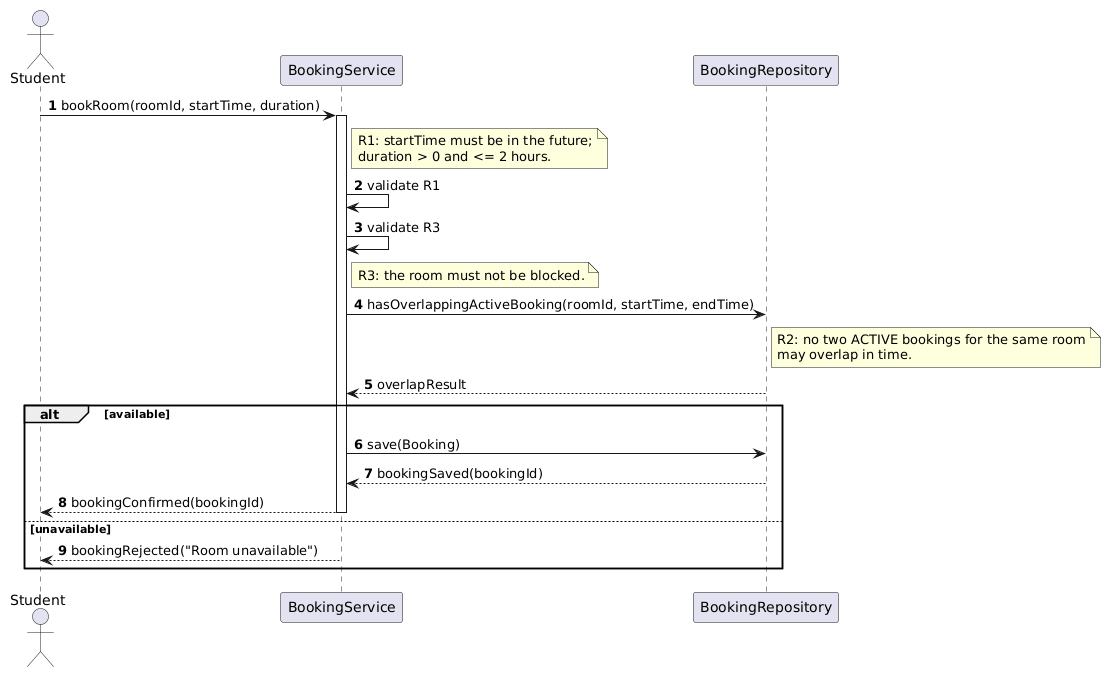
jonysama/se-practice keeps this PlantUML diagram as week-04/models/img/sequence.png. Above is the earlier version. Source of this version:
```plantuml
@startuml
autonumber

actor Student
participant BookingService
participant BookingRepository

Student -> BookingService : bookRoom(roomId, startTime, duration)
activate BookingService

note right of BookingService
  R1: startTime must be in the future;
  duration > 0 and <= 2 hours.
end note

BookingService -> BookingService : validate R1
BookingService -> BookingService : validate R3

note right of BookingService
  R3: the room must not be blocked.
end note

BookingService -> BookingRepository : hasOverlappingActiveBooking(roomId, startTime, endTime)

note right of BookingRepository
  R2: no two ACTIVE bookings for the same room
  may overlap in time.
end note

BookingRepository --> BookingService : overlapResult

alt available
    BookingService -> BookingRepository : save(Booking)
    BookingRepository --> BookingService : bookingSaved(bookingId)
    BookingService --> Student : bookingConfirmed(bookingId)
    deactivate BookingService
else unavailable
    BookingService --> Student : bookingRejected("Room unavailable")
    deactivate BookingService
end
@enduml
```
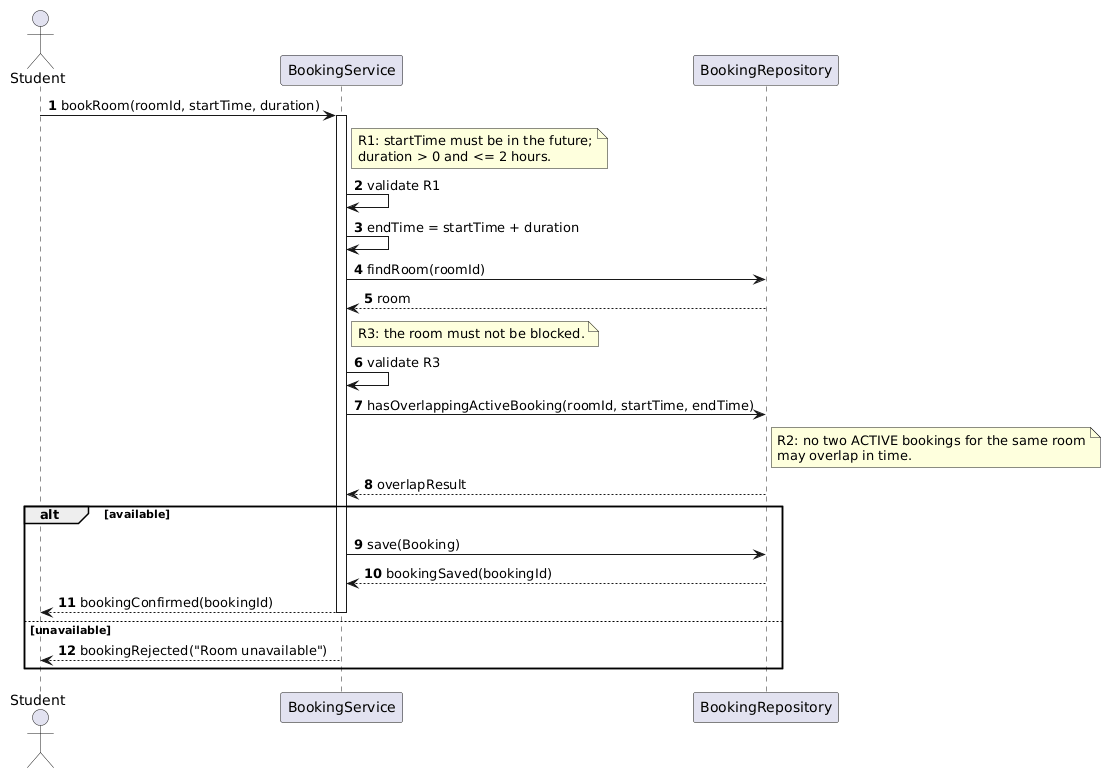
After the change.

Change to the diagram source:
```diff
@@ -14,11 +14,16 @@
 end note
 
 BookingService -> BookingService : validate R1
-BookingService -> BookingService : validate R3
+BookingService -> BookingService : endTime = startTime + duration
+
+BookingService -> BookingRepository : findRoom(roomId)
+BookingRepository --> BookingService : room
 
 note right of BookingService
   R3: the room must not be blocked.
 end note
+
+BookingService -> BookingService : validate R3
 
 BookingService -> BookingRepository : hasOverlappingActiveBooking(roomId, startTime, endTime)
 
```
